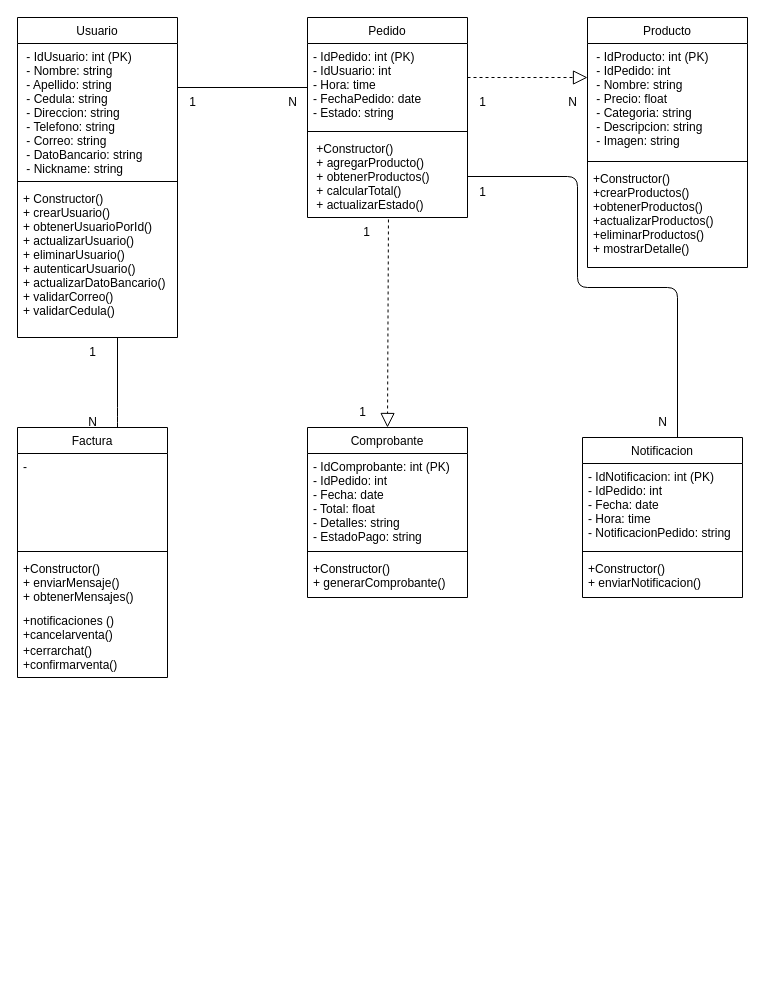
The draw.io diagram DiagramaClasesKamiapp copy.drawio in DarkJ-18/DiagramaClasesKamiapp, before the edit. Source tidied: cells renumbered, new cells numbered last; positions are measured from the earlier drawing's top-left corner, leaving out a move shared by most shapes. Both pictures are drawn from the tidied source at 100%, with x=0, y=0 at pixel (17, 17).
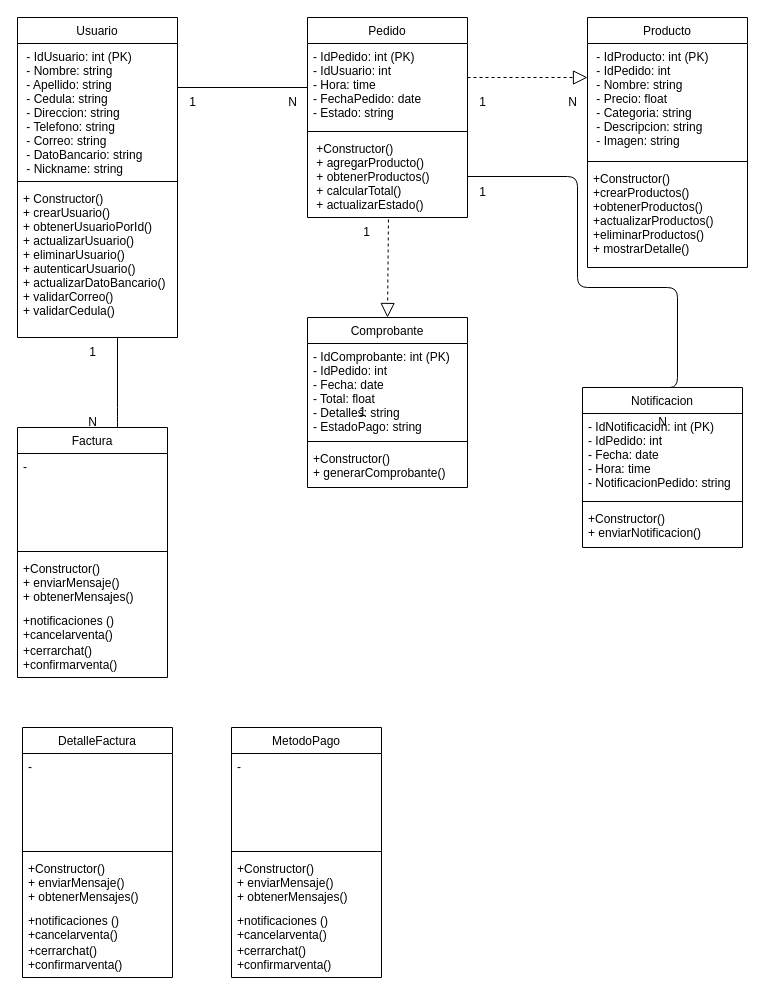
After the change.

Commit message:
se actualiza la copia

The change refers to these unchanged cells:
```xml
<mxCell id="15" value=" +Constructor()&#10; + agregarProducto()&#10; + obtenerProductos()&#10; + calcularTotal()&#10; + actualizarEstado()" style="text;align=left;verticalAlign=top;spacingLeft=4;spacingRight=4;overflow=hidden;points=[[0,0.5],[1,0.5]];portConstraint=eastwest;fontSize=12;" parent="12" vertex="1">
  <mxGeometry y="118" width="160" height="82" as="geometry" />
</mxCell>
```

Change to the diagram source:
```diff
@@
     <mxCell id="20" value="Notificacion" style="swimlane;fontStyle=0;align=center;verticalAlign=top;horizontal=1;startSize=26;rounded=0;shadow=0;strokeWidth=1;fontSize=12;" parent="1" vertex="1">
-      <mxGeometry x="565" y="420" width="160" height="160" as="geometry" />
+      <mxGeometry x="565" y="370" width="160" height="160" as="geometry" />
     </mxCell>
@@
     <mxCell id="24" value="Comprobante" style="swimlane;fontStyle=0;align=center;verticalAlign=top;horizontal=1;startSize=26;rounded=0;shadow=0;strokeWidth=1;fontSize=12;" parent="1" vertex="1">
-      <mxGeometry x="290" y="410" width="160" height="170" as="geometry" />
+      <mxGeometry x="290" y="300" width="160" height="170" as="geometry" />
     </mxCell>
@@
-    <mxCell id="39" style="endArrow=none;html=1;edgeStyle=orthogonalEdgeStyle;exitX=1;exitY=0.5;exitDx=0;exitDy=0;" parent="1" edge="1" source="15">
+    <mxCell id="39" style="endArrow=none;html=1;edgeStyle=orthogonalEdgeStyle;exitX=1;exitY=0.5;exitDx=0;exitDy=0;entryX=0.5;entryY=0;entryDx=0;entryDy=0;" parent="1" edge="1" source="15" target="20">
       <mxGeometry relative="1" as="geometry">
-        <mxPoint x="660" y="420" as="targetPoint" />
         <Array as="points">
           <mxPoint x="560" y="159" />
           <mxPoint x="560" y="270" />
           <mxPoint x="660" y="270" />
+          <mxPoint x="660" y="370" />
         </Array>
       </mxGeometry>
     </mxCell>
@@
+    <mxCell id="43" value="DetalleFactura" style="swimlane;fontStyle=0;align=center;verticalAlign=top;horizontal=1;startSize=26;rounded=0;shadow=0;strokeWidth=1;fontSize=12;" parent="1" vertex="1">
+      <mxGeometry x="5" y="710" width="150" height="250" as="geometry" />
+    </mxCell>
+    <mxCell id="44" value="-" style="text;align=left;verticalAlign=top;spacingLeft=4;spacingRight=4;overflow=hidden;fontSize=12;" parent="43" vertex="1">
+      <mxGeometry y="26" width="150" height="94" as="geometry" />
+    </mxCell>
+    <mxCell id="45" style="line;html=1;strokeWidth=1;align=left;verticalAlign=middle;spacingTop=-1;spacingLeft=3;spacingRight=3;labelPosition=right;fontSize=12;" parent="43" vertex="1">
+      <mxGeometry y="120" width="150" height="8" as="geometry" />
+    </mxCell>
+    <mxCell id="46" value="+Constructor()&#10;+ enviarMensaje()&#10;+ obtenerMensajes()" style="text;align=left;verticalAlign=top;spacingLeft=4;spacingRight=4;overflow=hidden;fontSize=12;" parent="43" vertex="1">
+      <mxGeometry y="128" width="150" height="52" as="geometry" />
+    </mxCell>
+    <mxCell id="47" value="+notificaciones ()&#10;+cancelarventa()" style="text;align=left;verticalAlign=top;spacingLeft=4;spacingRight=4;overflow=hidden;fontSize=12;" parent="43" vertex="1">
+      <mxGeometry y="180" width="150" height="30" as="geometry" />
+    </mxCell>
+    <mxCell id="48" value="+cerrarchat()&#10;+confirmarventa()" style="text;align=left;verticalAlign=top;spacingLeft=4;spacingRight=4;overflow=hidden;fontSize=12;" parent="43" vertex="1">
+      <mxGeometry y="210" width="150" height="40" as="geometry" />
+    </mxCell>
+    <mxCell id="49" value="MetodoPago" style="swimlane;fontStyle=0;align=center;verticalAlign=top;horizontal=1;startSize=26;rounded=0;shadow=0;strokeWidth=1;fontSize=12;" parent="1" vertex="1">
+      <mxGeometry x="214" y="710" width="150" height="250" as="geometry" />
+    </mxCell>
+    <mxCell id="50" value="-" style="text;align=left;verticalAlign=top;spacingLeft=4;spacingRight=4;overflow=hidden;fontSize=12;" parent="49" vertex="1">
+      <mxGeometry y="26" width="150" height="94" as="geometry" />
+    </mxCell>
+    <mxCell id="51" style="line;html=1;strokeWidth=1;align=left;verticalAlign=middle;spacingTop=-1;spacingLeft=3;spacingRight=3;labelPosition=right;fontSize=12;" parent="49" vertex="1">
+      <mxGeometry y="120" width="150" height="8" as="geometry" />
+    </mxCell>
+    <mxCell id="52" value="+Constructor()&#10;+ enviarMensaje()&#10;+ obtenerMensajes()" style="text;align=left;verticalAlign=top;spacingLeft=4;spacingRight=4;overflow=hidden;fontSize=12;" parent="49" vertex="1">
+      <mxGeometry y="128" width="150" height="52" as="geometry" />
+    </mxCell>
+    <mxCell id="53" value="+notificaciones ()&#10;+cancelarventa()" style="text;align=left;verticalAlign=top;spacingLeft=4;spacingRight=4;overflow=hidden;fontSize=12;" parent="49" vertex="1">
+      <mxGeometry y="180" width="150" height="30" as="geometry" />
+    </mxCell>
+    <mxCell id="54" value="+cerrarchat()&#10;+confirmarventa()" style="text;align=left;verticalAlign=top;spacingLeft=4;spacingRight=4;overflow=hidden;fontSize=12;" parent="49" vertex="1">
+      <mxGeometry y="210" width="150" height="40" as="geometry" />
+    </mxCell>
```
